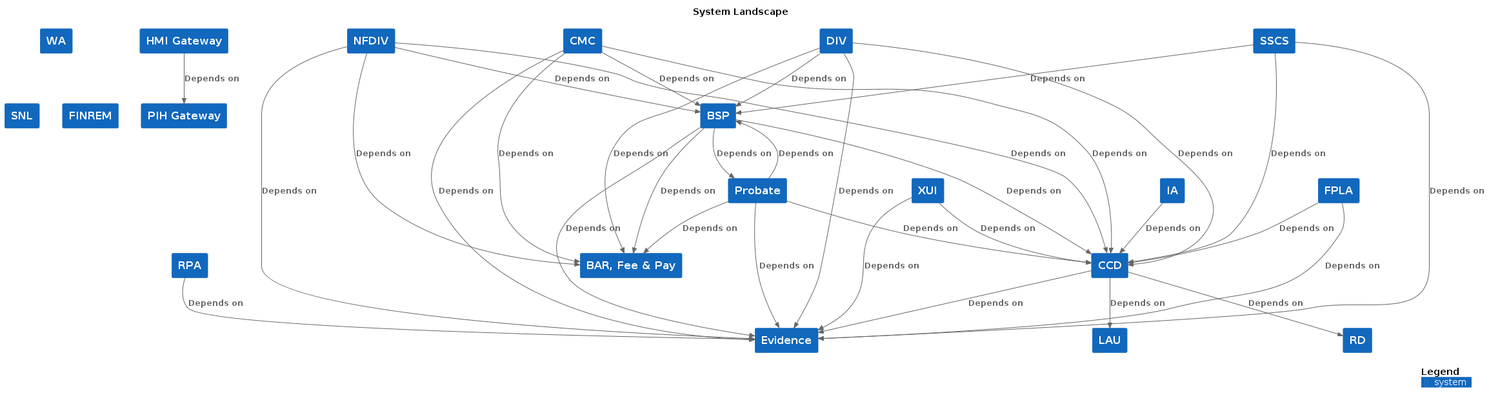
Above: docs/c4/images/structurizr-landscape.png in hmcts/cnp-api-docs (PlantUML), before the change.
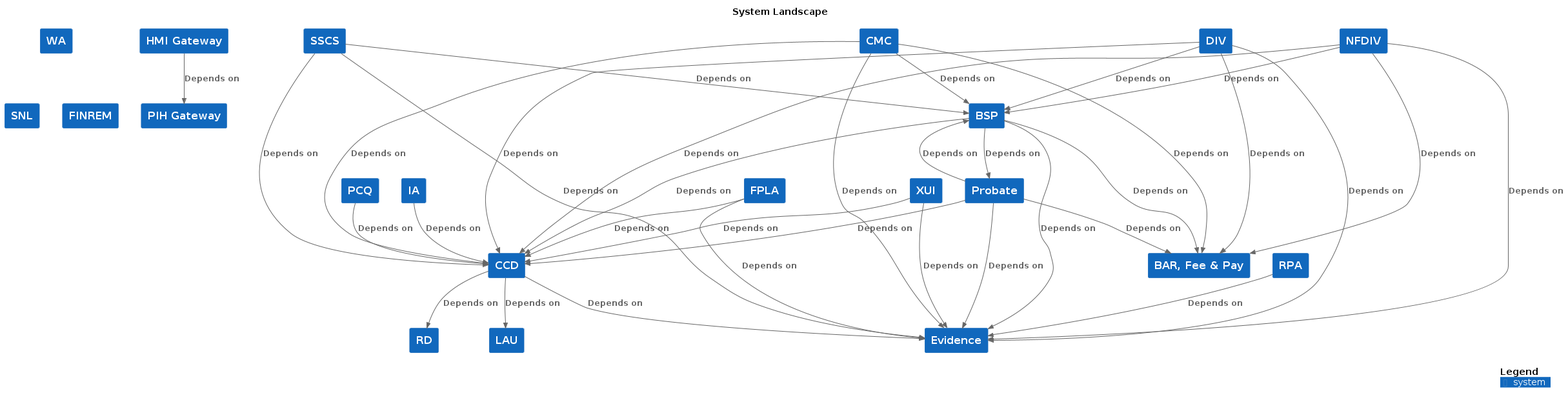
Above is the later version.

What changed in the source:
```diff
@@ -11,6 +11,7 @@
 System(RD, "RD", "", $tags="")
 System(WA, "WA", "", $tags="")
 System(NFDIV, "NFDIV", "", $tags="")
+System(PCQ, "PCQ", "", $tags="")
 System(LAU, "LAU", "", $tags="")
 System(CCD, "CCD", "", $tags="")
 System(PIHGateway, "PIH Gateway", "", $tags="")
@@ -60,6 +61,7 @@
 Rel_D(NFDIV, BARFeePay, "Depends on", $tags="")
 Rel_D(NFDIV, Evidence, "Depends on", $tags="")
 Rel_D(NFDIV, BSP, "Depends on", $tags="")
+Rel_D(PCQ, CCD, "Depends on", $tags="")
 
 SHOW_DYNAMIC_LEGEND()
 @enduml
```
